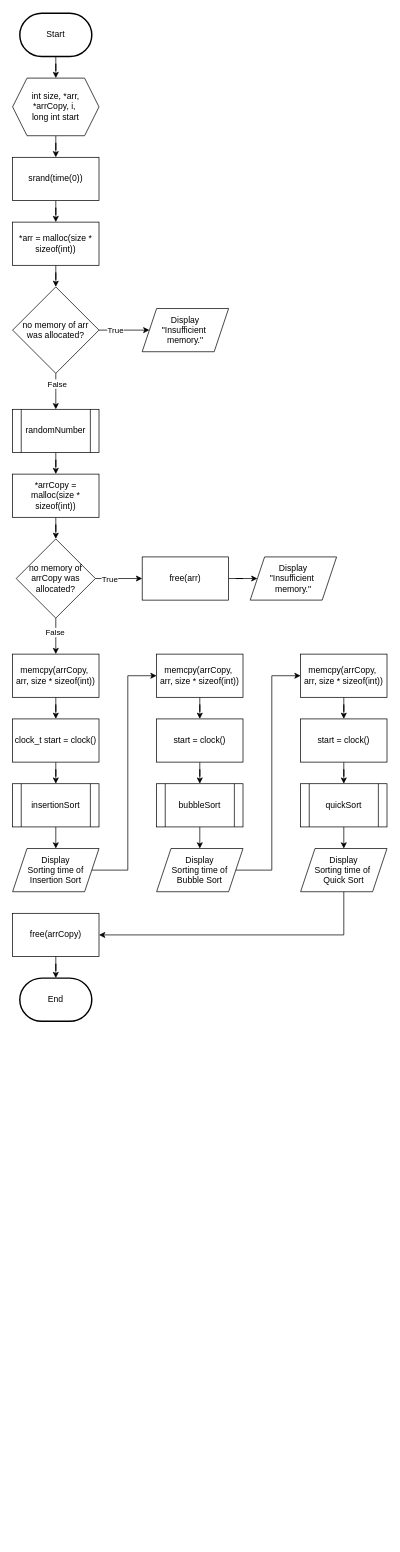
Earlier version of the draw.io diagram page "timeSort" (6 of 7) of Flowchart Modul 3.drawio (elikawicaksana/BuildIT_BasisData). Source tidied: cells renumbered, new cells numbered last; positions are measured from the earlier drawing's top-left corner, leaving out a move shared by most shapes. Both pictures are drawn from the tidied source at 72%, with x=0, y=0 at pixel (12, 13).
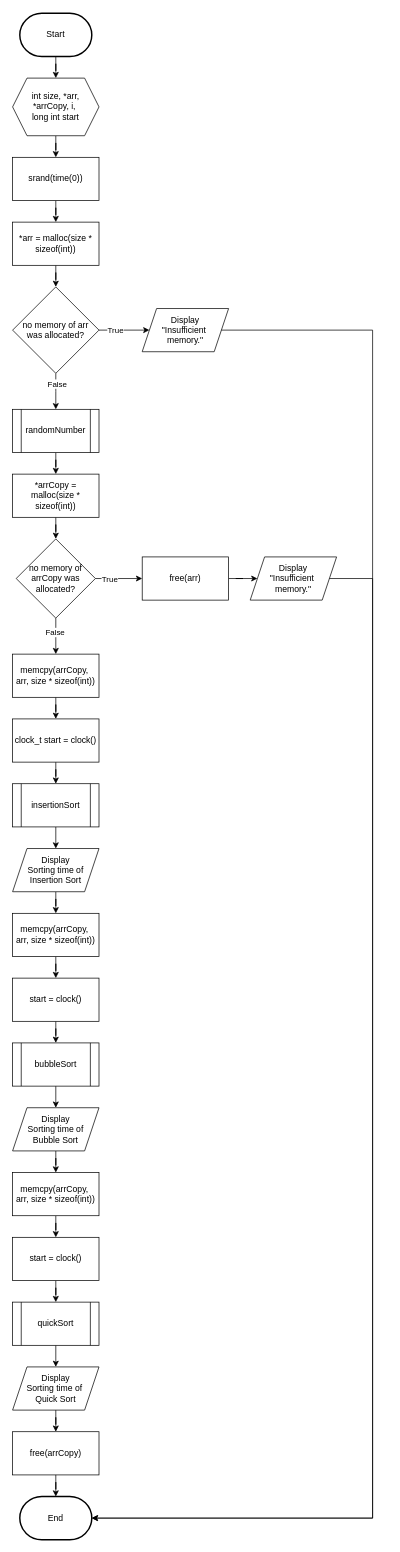
Above is the later version.

Unchanged cells that the change refers to:
```xml
<mxCell id="14" value="Display&lt;br&gt;&quot;Insufficient&amp;nbsp;&lt;div&gt;memory.&quot;&lt;/div&gt;" style="shape=parallelogram;perimeter=parallelogramPerimeter;whiteSpace=wrap;html=1;fixedSize=1;" parent="1" vertex="1">
  <mxGeometry x="180" y="410" width="120" height="60" as="geometry" />
</mxCell>
<mxCell id="26" value="Display&lt;br&gt;&quot;Insufficient&amp;nbsp;&lt;div&gt;memory.&quot;&lt;/div&gt;" style="shape=parallelogram;perimeter=parallelogramPerimeter;whiteSpace=wrap;html=1;fixedSize=1;" parent="1" vertex="1">
  <mxGeometry x="330" y="755" width="120" height="60" as="geometry" />
</mxCell>
<mxCell id="35" value="Display&lt;div&gt;Sorting time of Insertion Sort&lt;/div&gt;" style="shape=parallelogram;perimeter=parallelogramPerimeter;whiteSpace=wrap;html=1;fixedSize=1;" parent="1" vertex="1">
  <mxGeometry y="1160" width="120" height="60" as="geometry" />
</mxCell>
```

Change to the diagram source:
```diff
@@
     <mxCell id="4" value="End" style="strokeWidth=2;html=1;shape=mxgraph.flowchart.terminator;whiteSpace=wrap;" parent="1" vertex="1">
-      <mxGeometry x="10" y="1340" width="100" height="60" as="geometry" />
+      <mxGeometry x="10" y="2060" width="100" height="60" as="geometry" />
     </mxCell>
@@
-    <mxCell id="34" style="edgeStyle=orthogonalEdgeStyle;rounded=0;jettySize=auto;html=1;entryX=0;entryY=0.5;entryDx=0;entryDy=0;" parent="1" edge="1" source="35" target="37">
+    <mxCell id="34" style="edgeStyle=orthogonalEdgeStyle;rounded=0;jettySize=auto;html=1;entryX=0.5;entryY=0;entryDx=0;entryDy=0;" parent="1" edge="1" source="35" target="37">
       <mxGeometry relative="1" as="geometry" />
     </mxCell>
@@
     <mxCell id="37" value="memcpy(arrCopy,&amp;nbsp;&lt;div&gt;arr, size * sizeof(int))&lt;/div&gt;" style="rounded=0;whiteSpace=wrap;html=1;" parent="1" vertex="1">
-      <mxGeometry x="200" y="890" width="120" height="60" as="geometry" />
+      <mxGeometry y="1250" width="120" height="60" as="geometry" />
     </mxCell>
@@
     <mxCell id="39" value="start = clock()" style="rounded=0;whiteSpace=wrap;html=1;" parent="1" vertex="1">
-      <mxGeometry x="200" y="980" width="120" height="60" as="geometry" />
+      <mxGeometry y="1340" width="120" height="60" as="geometry" />
     </mxCell>
@@
-    <mxCell id="41" style="edgeStyle=orthogonalEdgeStyle;rounded=0;jettySize=auto;html=1;entryX=0;entryY=0.5;entryDx=0;entryDy=0;" parent="1" edge="1" source="42" target="44">
+    <mxCell id="41" style="edgeStyle=orthogonalEdgeStyle;rounded=0;jettySize=auto;html=1;entryX=0.5;entryY=0;entryDx=0;entryDy=0;" parent="1" edge="1" source="42" target="44">
       <mxGeometry relative="1" as="geometry" />
     </mxCell>
     <mxCell id="42" value="Display&lt;div&gt;Sorting time of Bubble Sort&lt;/div&gt;" style="shape=parallelogram;perimeter=parallelogramPerimeter;whiteSpace=wrap;html=1;fixedSize=1;" parent="1" vertex="1">
-      <mxGeometry x="200" y="1160" width="120" height="60" as="geometry" />
+      <mxGeometry y="1520" width="120" height="60" as="geometry" />
     </mxCell>
@@
     <mxCell id="44" value="memcpy(arrCopy,&amp;nbsp;&lt;div&gt;arr, size * sizeof(int))&lt;/div&gt;" style="rounded=0;whiteSpace=wrap;html=1;" parent="1" vertex="1">
-      <mxGeometry x="400" y="890" width="120" height="60" as="geometry" />
+      <mxGeometry y="1610" width="120" height="60" as="geometry" />
     </mxCell>
@@
     <mxCell id="46" value="start = clock()" style="rounded=0;whiteSpace=wrap;html=1;" parent="1" vertex="1">
-      <mxGeometry x="400" y="980" width="120" height="60" as="geometry" />
+      <mxGeometry y="1700" width="120" height="60" as="geometry" />
     </mxCell>
@@
-    <mxCell id="48" style="edgeStyle=orthogonalEdgeStyle;rounded=0;jettySize=auto;html=1;entryX=1;entryY=0.5;entryDx=0;entryDy=0;" parent="1" edge="1" source="49" target="50">
-      <mxGeometry relative="1" as="geometry">
-        <Array as="points">
-          <mxPoint x="460" y="1280" />
-        </Array>
-      </mxGeometry>
+    <mxCell id="48" style="edgeStyle=orthogonalEdgeStyle;rounded=0;jettySize=auto;html=1;entryX=0.5;entryY=0;entryDx=0;entryDy=0;" parent="1" edge="1" source="49" target="50">
+      <mxGeometry relative="1" as="geometry" />
     </mxCell>
     <mxCell id="49" value="Display&lt;div&gt;Sorting time of&amp;nbsp;&lt;/div&gt;&lt;div&gt;Quick Sort&lt;/div&gt;" style="shape=parallelogram;perimeter=parallelogramPerimeter;whiteSpace=wrap;html=1;fixedSize=1;" parent="1" vertex="1">
-      <mxGeometry x="400" y="1160" width="120" height="60" as="geometry" />
+      <mxGeometry y="1880" width="120" height="60" as="geometry" />
     </mxCell>
     <mxCell id="50" value="free(arrCopy)" style="rounded=0;whiteSpace=wrap;html=1;" parent="1" vertex="1">
-      <mxGeometry y="1250" width="120" height="60" as="geometry" />
+      <mxGeometry y="1970" width="120" height="60" as="geometry" />
     </mxCell>
@@
     <mxCell id="53" value="bubbleSort" style="shape=process;whiteSpace=wrap;html=1;backgroundOutline=1;" parent="1" vertex="1">
-      <mxGeometry x="200" y="1070" width="120" height="60" as="geometry" />
+      <mxGeometry y="1430" width="120" height="60" as="geometry" />
     </mxCell>
     <mxCell id="54" value="quickSort" style="shape=process;whiteSpace=wrap;html=1;backgroundOutline=1;" parent="1" vertex="1">
-      <mxGeometry x="400" y="1070" width="120" height="60" as="geometry" />
+      <mxGeometry y="1790" width="120" height="60" as="geometry" />
     </mxCell>
+    <mxCell id="55" style="edgeStyle=orthogonalEdgeStyle;rounded=0;jettySize=auto;html=1;entryX=1;entryY=0.5;entryDx=0;entryDy=0;entryPerimeter=0;" parent="1" edge="1" source="14" target="4">
+      <mxGeometry relative="1" as="geometry">
+        <Array as="points">
+          <mxPoint x="500" y="440" />
+          <mxPoint x="500" y="2090" />
+        </Array>
+      </mxGeometry>
+    </mxCell>
+    <mxCell id="56" style="edgeStyle=orthogonalEdgeStyle;rounded=0;jettySize=auto;html=1;entryX=1;entryY=0.5;entryDx=0;entryDy=0;entryPerimeter=0;" parent="1" edge="1" source="26" target="4">
+      <mxGeometry relative="1" as="geometry">
+        <Array as="points">
+          <mxPoint x="500" y="785" />
+          <mxPoint x="500" y="2090" />
+        </Array>
+      </mxGeometry>
+    </mxCell>
```
